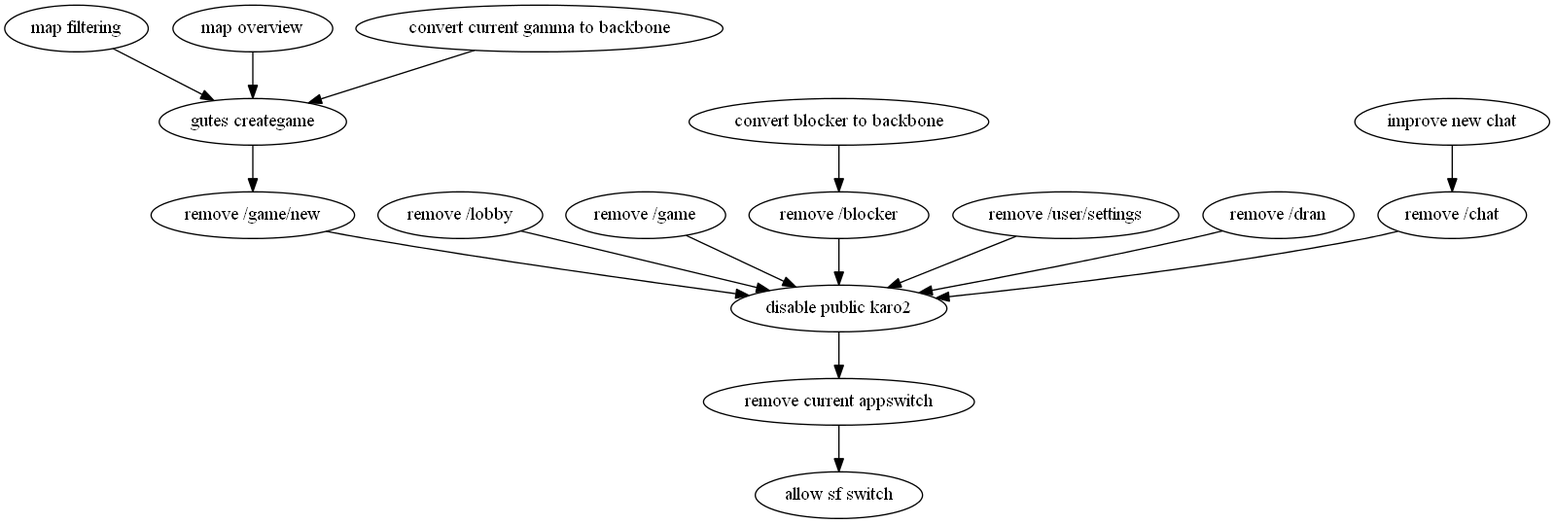
karopapier/Karopapier keeps this Graphviz diagram as plan.png. Above is the earlier version. Its source is kept beside it as plan.gv. Its diagram source:
```dot
digraph GROG {

"map filtering" -> "gutes creategame"
"map overview" -> "gutes creategame"
"convert current gamma to backbone" -> "gutes creategame"
"gutes creategame" ->"remove /game/new"
"remove /game/new" -> "disable public karo2"
"remove /lobby" -> "disable public karo2"
"remove /game" -> "disable public karo2"
"convert blocker to backbone" -> "remove /blocker"
"remove /blocker" -> "disable public karo2"
"remove /user/settings" -> "disable public karo2"
"remove /dran" -> "disable public karo2"
"improve new chat" -> "remove /chat"
"remove /chat" -> "disable public karo2"
"disable public karo2" -> "remove current appswitch"
"remove current appswitch" -> "allow sf switch"

}
```
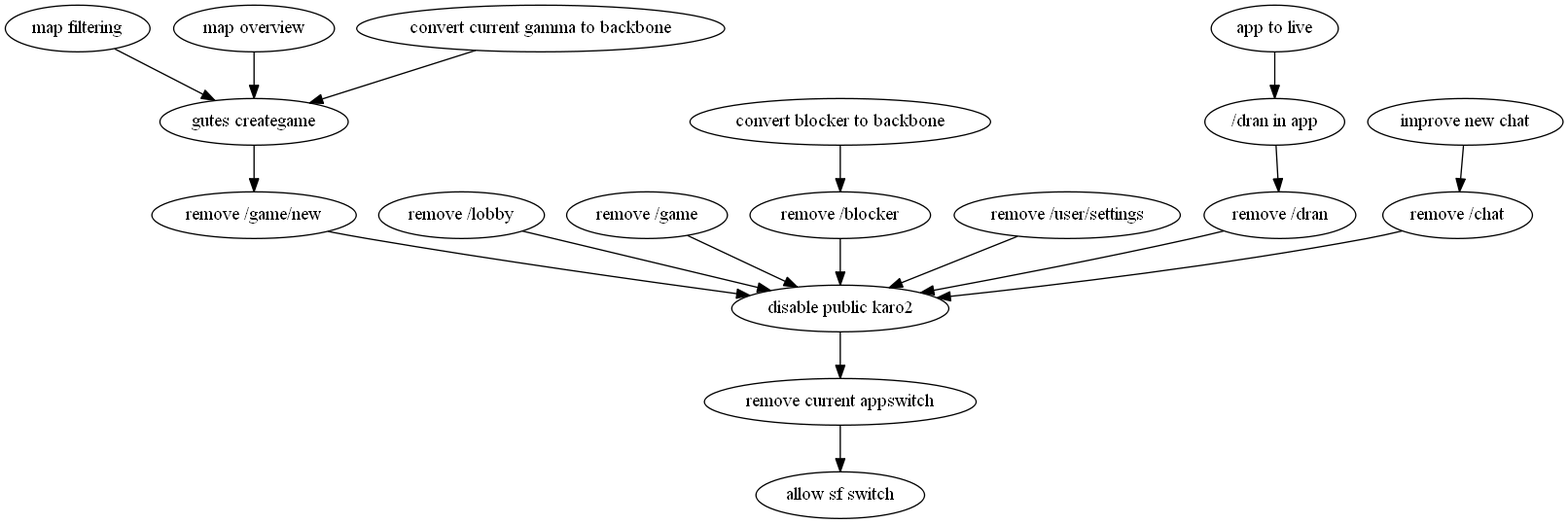
Later version of the same file.

Diff of the diagram source:
```diff
@@ -15,5 +15,6 @@
 "remove /chat" -> "disable public karo2"
 "disable public karo2" -> "remove current appswitch"
 "remove current appswitch" -> "allow sf switch"
-
+"/dran in app" -> "remove /dran"
+"app to live" -> "/dran in app"
 }
```
